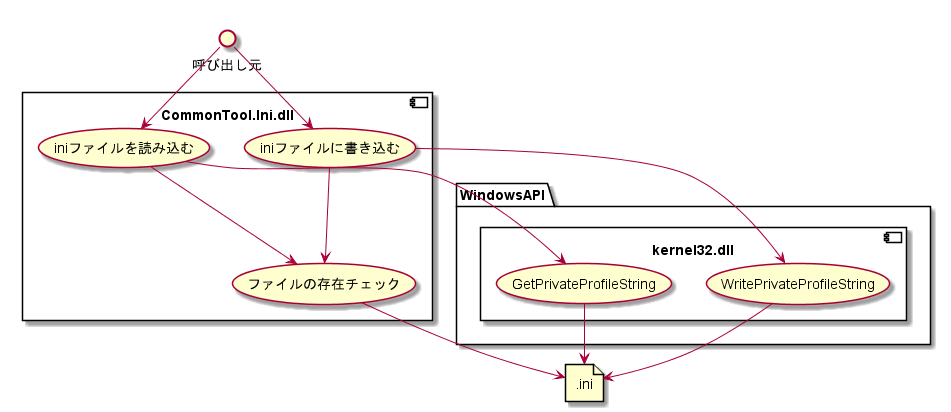
Before: doc/03_SubSystem別/CommonTool.Ini/01_機能詳細/コンポーネント図.png, a diagram exported from PlantUML (hirorich/CommonTool).
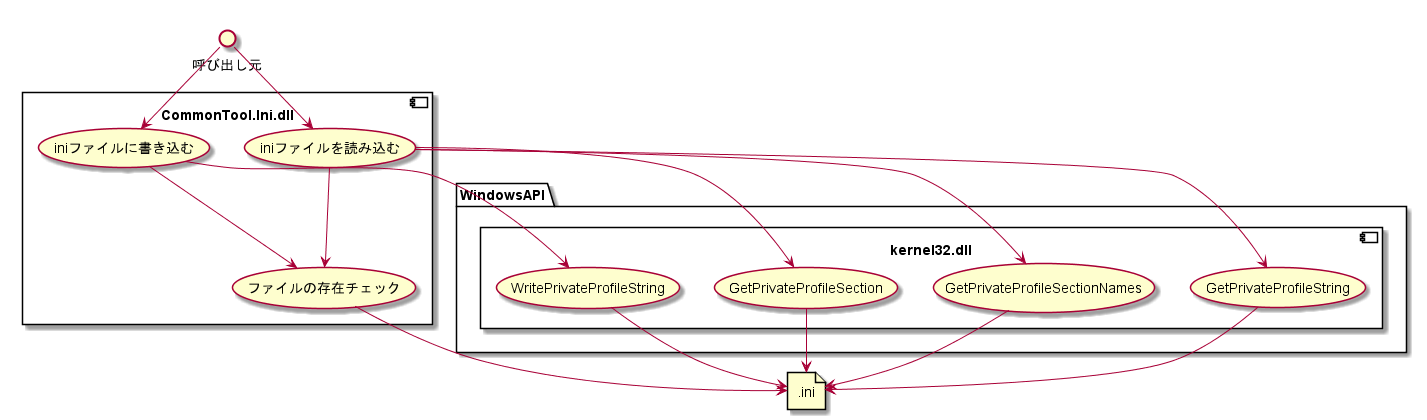
Later version of the same file.

Diff of the diagram source:
```diff
@@ -10,6 +10,8 @@
 
 package "WindowsAPI" as kernel32 {
   component "kernel32.dll" {
+    (GetPrivateProfileSectionNames)
+    (GetPrivateProfileSection)
     (GetPrivateProfileString)
     (WritePrivateProfileString)
   }
@@ -20,12 +22,16 @@
 caller --> (iniファイルを読み込む)
 caller --> (iniファイルに書き込む)
 
+(iniファイルを読み込む) --> (GetPrivateProfileSectionNames)
+(iniファイルを読み込む) --> (GetPrivateProfileSection)
 (iniファイルを読み込む) --> (GetPrivateProfileString)
 (iniファイルに書き込む) --> (WritePrivateProfileString)
 (iniファイルを読み込む) --> (ファイルの存在チェック)
 (iniファイルに書き込む) --> (ファイルの存在チェック)
 (ファイルの存在チェック) --> IniFile
 
+(GetPrivateProfileSectionNames) --> IniFile
+(GetPrivateProfileSection) --> IniFile
 (GetPrivateProfileString) --> IniFile
 (WritePrivateProfileString) --> IniFile
 
```
